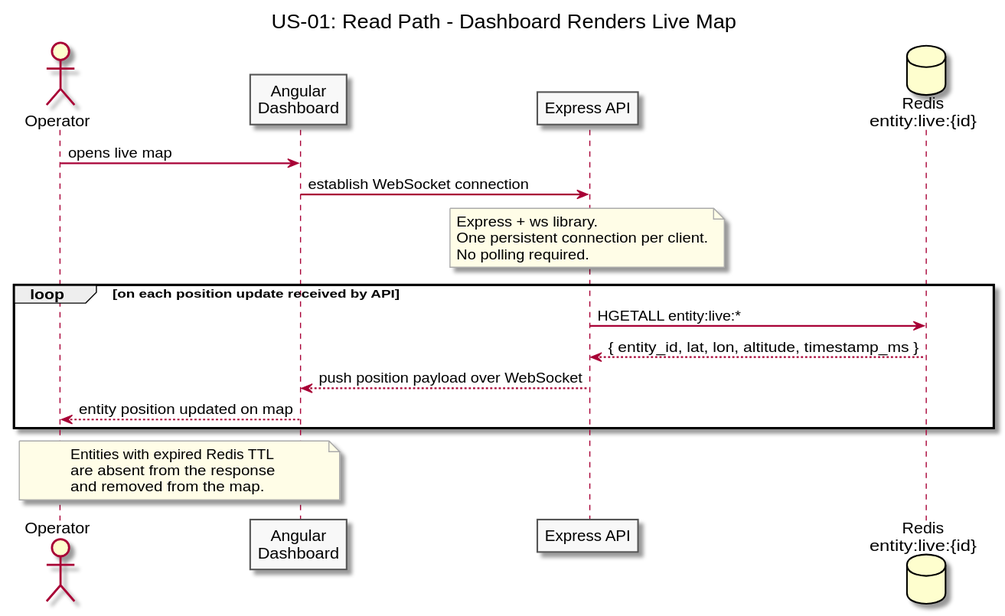
Buffden/sentinel keeps this PlantUML diagram as diagrams/docs/use-cases/US-01-live-entity-tracking/read-path.svg. Above is the earlier version.
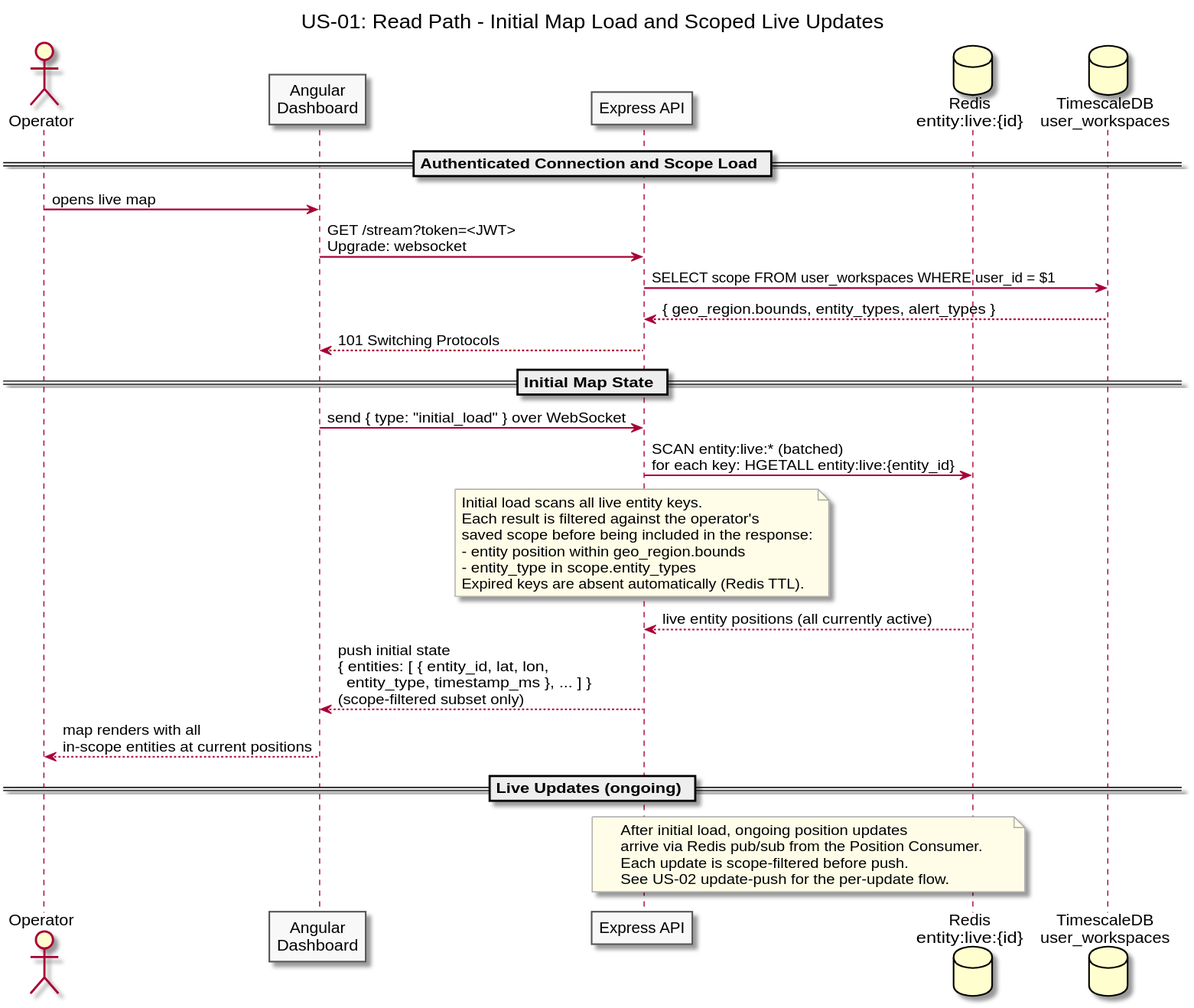
Later version of the same file.

Change to the diagram source:
```diff
@@ -1,5 +1,5 @@
 @startuml read-path
-title US-01: Read Path - Dashboard Renders Live Map
+title US-01: Read Path - Initial Map Load and Scoped Live Updates
 
 skinparam sequenceArrowThickness 1.5
 skinparam participantBorderColor #555555
@@ -11,28 +11,46 @@
 participant "Angular\nDashboard" as Dashboard
 participant "Express API" as API
 database "Redis\nentity:live:{id}" as Redis
+database "TimescaleDB\nuser_workspaces" as TSDB
+
+== Authenticated Connection and Scope Load ==
 
 Operator -> Dashboard : opens live map
+Dashboard -> API : GET /stream?token=<JWT>\nUpgrade: websocket
 
-Dashboard -> API : establish WebSocket connection
+API -> TSDB : SELECT scope FROM user_workspaces WHERE user_id = $1
+TSDB --> API : { geo_region.bounds, entity_types, alert_types }
+
+API --> Dashboard : 101 Switching Protocols
+
+== Initial Map State ==
+
+Dashboard -> API : send { type: "initial_load" } over WebSocket
+
+API -> Redis : SCAN entity:live:* (batched)\nfor each key: HGETALL entity:live:{entity_id}
 
 note over API
-  Express + ws library.
-  One persistent connection per client.
-  No polling required.
+  Initial load scans all live entity keys.
+  Each result is filtered against the operator's
+  saved scope before being included in the response:
+  - entity position within geo_region.bounds
+  - entity_type in scope.entity_types
+  Expired keys are absent automatically (Redis TTL).
 end note
 
-loop on each position update received by API
-  API -> Redis : HGETALL entity:live:*
-  Redis --> API : { entity_id, lat, lon, altitude, timestamp_ms }
-  API --> Dashboard : push position payload over WebSocket
-  Dashboard --> Operator : entity position updated on map
-end
+Redis --> API : live entity positions (all currently active)
 
-note over Dashboard, Operator
-  Entities with expired Redis TTL
-  are absent from the response
-  and removed from the map.
+API --> Dashboard : push initial state\n{ entities: [ { entity_id, lat, lon,\n  entity_type, timestamp_ms }, ... ] }\n(scope-filtered subset only)
+
+Dashboard --> Operator : map renders with all\nin-scope entities at current positions
+
+== Live Updates (ongoing) ==
+
+note over API, Redis
+  After initial load, ongoing position updates
+  arrive via Redis pub/sub from the Position Consumer.
+  Each update is scope-filtered before push.
+  See US-02 update-push for the per-update flow.
 end note
 
 @enduml
```
